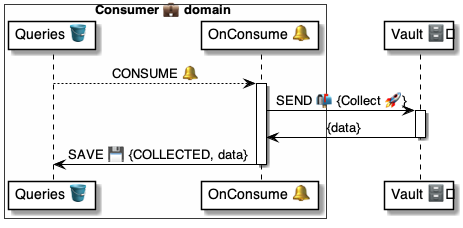
Above: 4 ⚙️ Solution/41 🎭 Domain Roles/Consumers 💼/💼🪣 Consumer tables/Queries 🗄️ table/🪣🧱 21 Consume 🔔 event/💼 OnQueryConsume ⚙️ uml.png in pollyweb-org/pollyweb-docs (PlantUML), before the change. Its source is kept beside it as 4 ⚙️ Solution/41 🎭 Domain Roles/Consumers 💼/💼🪣 Consumer tables/Queries 🗄️ table/🪣🧱 21 Consume 🔔 event/💼 OnQueryConsume ⚙️ uml.puml.
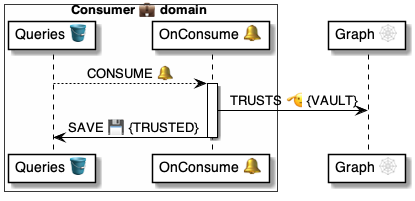
After the change.

Diff of the diagram source:
```diff
@@ -4,19 +4,13 @@
     participant "Queries 🪣" as table
     participant "OnConsume 🔔" as handler
 end box
-participant "Vault 🗄️" as vault
+participant "Graph 🕸" as graph
 
 table --> handler: CONSUME 🔔
 
 activate handler
-    handler -> vault: SEND 📬 {Collect 🚀}
-
-    activate vault
-        vault -> handler: {data}
-    deactivate vault
-
-    handler -> table: SAVE 💾 {COLLECTED, data}
-
+    handler -> graph: TRUSTS 🫡 {VAULT}
+    handler -> table: SAVE 💾 {TRUSTED}
 deactivate handler
 
 @enduml
```
